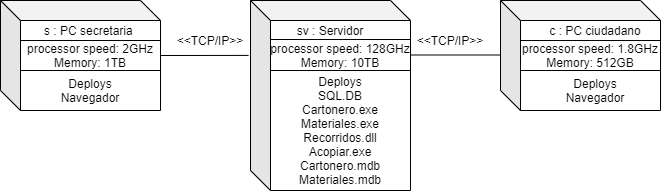
This is Sprint-2/Entrega/6_Diagramas/Diagrama_Deployment_G10.png from mateocostes/TPE-Metodologia-G10, a draw.io export, as it was before one commit. Source tidied: cells renumbered, new cells last; positions are measured from the earlier drawing's top-left corner, leaving out a move shared by most shapes. Its diagram source:
```xml
<mxGraphModel>
  <root>
    <mxCell id="0" />
    <mxCell id="1" parent="0" />
    <mxCell id="2" style="shape=cube;whiteSpace=wrap;html=1;boundedLbl=1;backgroundOutline=1;darkOpacity=0.05;darkOpacity2=0.1;" parent="1" vertex="1">
      <mxGeometry width="160" height="110" as="geometry" />
    </mxCell>
    <mxCell id="3" value="s : PC secretaria&amp;nbsp;" style="text;html=1;strokeColor=none;fillColor=none;align=center;verticalAlign=middle;whiteSpace=wrap;rounded=0;" parent="1" vertex="1">
      <mxGeometry x="30" y="20" width="120" height="20" as="geometry" />
    </mxCell>
    <mxCell id="4" style="shape=cube;whiteSpace=wrap;html=1;boundedLbl=1;backgroundOutline=1;darkOpacity=0.05;darkOpacity2=0.1;" parent="1" vertex="1">
      <mxGeometry x="250" width="160" height="190" as="geometry" />
    </mxCell>
    <mxCell id="5" value="sv : Servidor" style="text;html=1;strokeColor=none;fillColor=none;align=center;verticalAlign=middle;whiteSpace=wrap;rounded=0;" parent="1" vertex="1">
      <mxGeometry x="290" y="20" width="80" height="20" as="geometry" />
    </mxCell>
    <mxCell id="6" style="shape=cube;whiteSpace=wrap;html=1;boundedLbl=1;backgroundOutline=1;darkOpacity=0.05;darkOpacity2=0.1;" parent="1" vertex="1">
      <mxGeometry x="500" width="160" height="110" as="geometry" />
    </mxCell>
    <mxCell id="7" value="c : PC ciudadano" style="text;html=1;strokeColor=none;fillColor=none;align=center;verticalAlign=middle;whiteSpace=wrap;rounded=0;" parent="1" vertex="1">
      <mxGeometry x="540" y="20" width="110" height="20" as="geometry" />
    </mxCell>
    <mxCell id="8" style="endArrow=none;html=1;" parent="1" edge="1">
      <mxGeometry relative="1" as="geometry">
        <mxPoint x="20" y="40" as="sourcePoint" />
        <mxPoint x="160" y="40" as="targetPoint" />
      </mxGeometry>
    </mxCell>
    <mxCell id="9" style="endArrow=none;html=1;" parent="1" edge="1">
      <mxGeometry relative="1" as="geometry">
        <mxPoint x="270" y="39" as="sourcePoint" />
        <mxPoint x="410" y="39" as="targetPoint" />
      </mxGeometry>
    </mxCell>
    <mxCell id="10" style="endArrow=none;html=1;" parent="1" edge="1">
      <mxGeometry relative="1" as="geometry">
        <mxPoint x="520" y="40" as="sourcePoint" />
        <mxPoint x="660" y="40" as="targetPoint" />
      </mxGeometry>
    </mxCell>
    <mxCell id="11" style="endArrow=none;html=1;" parent="1" edge="1">
      <mxGeometry relative="1" as="geometry">
        <mxPoint x="20" y="70" as="sourcePoint" />
        <mxPoint x="160" y="70" as="targetPoint" />
      </mxGeometry>
    </mxCell>
    <mxCell id="12" style="endArrow=none;html=1;" parent="1" edge="1">
      <mxGeometry relative="1" as="geometry">
        <mxPoint x="270" y="70" as="sourcePoint" />
        <mxPoint x="410" y="70" as="targetPoint" />
      </mxGeometry>
    </mxCell>
    <mxCell id="13" style="endArrow=none;html=1;" parent="1" edge="1">
      <mxGeometry relative="1" as="geometry">
        <mxPoint x="520" y="70" as="sourcePoint" />
        <mxPoint x="660" y="70" as="targetPoint" />
      </mxGeometry>
    </mxCell>
    <mxCell id="14" value="processor speed: 2GHz&lt;br&gt;Memory: 1TB" style="text;html=1;strokeColor=none;fillColor=none;align=center;verticalAlign=middle;whiteSpace=wrap;rounded=0;" parent="1" vertex="1">
      <mxGeometry x="20" y="45" width="140" height="20" as="geometry" />
    </mxCell>
    <mxCell id="15" value="processor speed: 128GHz&lt;br&gt;Memory: 10TB" style="text;html=1;strokeColor=none;fillColor=none;align=center;verticalAlign=middle;whiteSpace=wrap;rounded=0;" parent="1" vertex="1">
      <mxGeometry x="260" y="45" width="160" height="20" as="geometry" />
    </mxCell>
    <mxCell id="16" value="processor speed: 1.8GHz&lt;br&gt;Memory: 512GB" style="text;html=1;strokeColor=none;fillColor=none;align=center;verticalAlign=middle;whiteSpace=wrap;rounded=0;" parent="1" vertex="1">
      <mxGeometry x="520" y="45" width="140" height="20" as="geometry" />
    </mxCell>
    <mxCell id="17" value="Deploys&lt;br&gt;SQL.DB&lt;br&gt;Cartonero.exe&lt;br&gt;Materiales.exe&lt;br&gt;Recorridos.dll&lt;br&gt;Acopiar.exe&lt;br&gt;Cartonero.mdb&lt;br&gt;Materiales.mdb" style="text;html=1;strokeColor=none;fillColor=none;align=center;verticalAlign=middle;whiteSpace=wrap;rounded=0;" parent="1" vertex="1">
      <mxGeometry x="280" y="70" width="120" height="120" as="geometry" />
    </mxCell>
    <mxCell id="18" value="Deploys&lt;br&gt;Navegador" style="text;html=1;strokeColor=none;fillColor=none;align=center;verticalAlign=middle;whiteSpace=wrap;rounded=0;" parent="1" vertex="1">
      <mxGeometry x="535" y="70" width="120" height="40" as="geometry" />
    </mxCell>
    <mxCell id="19" value="Deploys&lt;br&gt;Navegador" style="text;html=1;strokeColor=none;fillColor=none;align=center;verticalAlign=middle;whiteSpace=wrap;rounded=0;" parent="1" vertex="1">
      <mxGeometry x="30" y="70" width="120" height="40" as="geometry" />
    </mxCell>
    <mxCell id="20" style="endArrow=none;html=1;exitX=1;exitY=0.5;exitDx=0;exitDy=0;entryX=-0.012;entryY=0.289;entryDx=0;entryDy=0;entryPerimeter=0;" parent="1" edge="1" source="14" target="4">
      <mxGeometry relative="1" as="geometry" />
    </mxCell>
    <mxCell id="21" value="&amp;lt;&amp;lt;TCP/IP&amp;gt;&amp;gt;" style="text;html=1;strokeColor=none;fillColor=none;align=center;verticalAlign=middle;whiteSpace=wrap;rounded=0;" parent="1" vertex="1">
      <mxGeometry x="190" y="30" width="40" height="20" as="geometry" />
    </mxCell>
    <mxCell id="22" value="&amp;lt;&amp;lt;TCP/IP&amp;gt;&amp;gt;" style="text;html=1;strokeColor=none;fillColor=none;align=center;verticalAlign=middle;whiteSpace=wrap;rounded=0;" parent="1" vertex="1">
      <mxGeometry x="430" y="30" width="40" height="20" as="geometry" />
    </mxCell>
    <mxCell id="23" style="endArrow=none;html=1;exitX=1;exitY=0.5;exitDx=0;exitDy=0;" parent="1" edge="1">
      <mxGeometry relative="1" as="geometry">
        <mxPoint x="410" y="54.5" as="sourcePoint" />
        <mxPoint x="500" y="54.5" as="targetPoint" />
      </mxGeometry>
    </mxCell>
  </root>
</mxGraphModel>
```
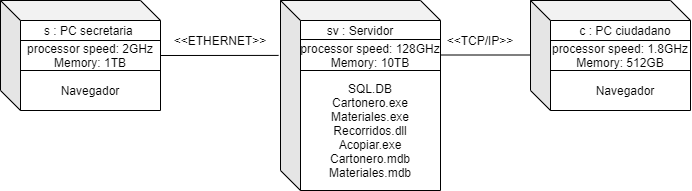
After the change.

Commit message:
Modificacion diagrama deployment

Change to the diagram source:
```diff
@@ -3,10 +3,10 @@
     <mxCell id="0" />
     <mxCell id="1" parent="0" />
     <mxCell id="2" style="shape=cube;whiteSpace=wrap;html=1;boundedLbl=1;backgroundOutline=1;darkOpacity=0.05;darkOpacity2=0.1;" parent="1" vertex="1">
-      <mxGeometry width="160" height="110" as="geometry" />
+      <mxGeometry x="-30" width="160" height="110" as="geometry" />
     </mxCell>
     <mxCell id="3" value="s : PC secretaria&amp;nbsp;" style="text;html=1;strokeColor=none;fillColor=none;align=center;verticalAlign=middle;whiteSpace=wrap;rounded=0;" parent="1" vertex="1">
-      <mxGeometry x="30" y="20" width="120" height="20" as="geometry" />
+      <mxGeometry y="20" width="120" height="20" as="geometry" />
     </mxCell>
     <mxCell id="4" style="shape=cube;whiteSpace=wrap;html=1;boundedLbl=1;backgroundOutline=1;darkOpacity=0.05;darkOpacity2=0.1;" parent="1" vertex="1">
       <mxGeometry x="250" width="160" height="190" as="geometry" />
@@ -22,8 +22,8 @@
     </mxCell>
     <mxCell id="8" style="endArrow=none;html=1;" parent="1" edge="1">
       <mxGeometry relative="1" as="geometry">
-        <mxPoint x="20" y="40" as="sourcePoint" />
-        <mxPoint x="160" y="40" as="targetPoint" />
+        <mxPoint x="-10" y="40" as="sourcePoint" />
+        <mxPoint x="130" y="40" as="targetPoint" />
       </mxGeometry>
     </mxCell>
     <mxCell id="9" style="endArrow=none;html=1;" parent="1" edge="1">
@@ -40,8 +40,8 @@
     </mxCell>
     <mxCell id="11" style="endArrow=none;html=1;" parent="1" edge="1">
       <mxGeometry relative="1" as="geometry">
-        <mxPoint x="20" y="70" as="sourcePoint" />
-        <mxPoint x="160" y="70" as="targetPoint" />
+        <mxPoint x="-10" y="70" as="sourcePoint" />
+        <mxPoint x="130" y="70" as="targetPoint" />
       </mxGeometry>
     </mxCell>
     <mxCell id="12" style="endArrow=none;html=1;" parent="1" edge="1">
@@ -57,7 +57,7 @@
       </mxGeometry>
     </mxCell>
     <mxCell id="14" value="processor speed: 2GHz&lt;br&gt;Memory: 1TB" style="text;html=1;strokeColor=none;fillColor=none;align=center;verticalAlign=middle;whiteSpace=wrap;rounded=0;" parent="1" vertex="1">
-      <mxGeometry x="20" y="45" width="140" height="20" as="geometry" />
+      <mxGeometry x="-10" y="45" width="140" height="20" as="geometry" />
     </mxCell>
     <mxCell id="15" value="processor speed: 128GHz&lt;br&gt;Memory: 10TB" style="text;html=1;strokeColor=none;fillColor=none;align=center;verticalAlign=middle;whiteSpace=wrap;rounded=0;" parent="1" vertex="1">
       <mxGeometry x="260" y="45" width="160" height="20" as="geometry" />
@@ -65,20 +65,20 @@
     <mxCell id="16" value="processor speed: 1.8GHz&lt;br&gt;Memory: 512GB" style="text;html=1;strokeColor=none;fillColor=none;align=center;verticalAlign=middle;whiteSpace=wrap;rounded=0;" parent="1" vertex="1">
       <mxGeometry x="520" y="45" width="140" height="20" as="geometry" />
     </mxCell>
-    <mxCell id="17" value="Deploys&lt;br&gt;SQL.DB&lt;br&gt;Cartonero.exe&lt;br&gt;Materiales.exe&lt;br&gt;Recorridos.dll&lt;br&gt;Acopiar.exe&lt;br&gt;Cartonero.mdb&lt;br&gt;Materiales.mdb" style="text;html=1;strokeColor=none;fillColor=none;align=center;verticalAlign=middle;whiteSpace=wrap;rounded=0;" parent="1" vertex="1">
+    <mxCell id="17" value="SQL.DB&lt;br&gt;Cartonero.exe&lt;br&gt;Materiales.exe&lt;br&gt;Recorridos.dll&lt;br&gt;Acopiar.exe&lt;br&gt;Cartonero.mdb&lt;br&gt;Materiales.mdb" style="text;html=1;strokeColor=none;fillColor=none;align=center;verticalAlign=middle;whiteSpace=wrap;rounded=0;" parent="1" vertex="1">
       <mxGeometry x="280" y="70" width="120" height="120" as="geometry" />
     </mxCell>
-    <mxCell id="18" value="Deploys&lt;br&gt;Navegador" style="text;html=1;strokeColor=none;fillColor=none;align=center;verticalAlign=middle;whiteSpace=wrap;rounded=0;" parent="1" vertex="1">
+    <mxCell id="18" value="Navegador" style="text;html=1;strokeColor=none;fillColor=none;align=center;verticalAlign=middle;whiteSpace=wrap;rounded=0;" parent="1" vertex="1">
       <mxGeometry x="535" y="70" width="120" height="40" as="geometry" />
     </mxCell>
-    <mxCell id="19" value="Deploys&lt;br&gt;Navegador" style="text;html=1;strokeColor=none;fillColor=none;align=center;verticalAlign=middle;whiteSpace=wrap;rounded=0;" parent="1" vertex="1">
-      <mxGeometry x="30" y="70" width="120" height="40" as="geometry" />
+    <mxCell id="19" value="Navegador" style="text;html=1;strokeColor=none;fillColor=none;align=center;verticalAlign=middle;whiteSpace=wrap;rounded=0;" parent="1" vertex="1">
+      <mxGeometry y="70" width="120" height="40" as="geometry" />
     </mxCell>
     <mxCell id="20" style="endArrow=none;html=1;exitX=1;exitY=0.5;exitDx=0;exitDy=0;entryX=-0.012;entryY=0.289;entryDx=0;entryDy=0;entryPerimeter=0;" parent="1" edge="1" source="14" target="4">
       <mxGeometry relative="1" as="geometry" />
     </mxCell>
-    <mxCell id="21" value="&amp;lt;&amp;lt;TCP/IP&amp;gt;&amp;gt;" style="text;html=1;strokeColor=none;fillColor=none;align=center;verticalAlign=middle;whiteSpace=wrap;rounded=0;" parent="1" vertex="1">
-      <mxGeometry x="190" y="30" width="40" height="20" as="geometry" />
+    <mxCell id="21" value="&amp;lt;&amp;lt;ETHERNET&amp;gt;&amp;gt;" style="text;html=1;strokeColor=none;fillColor=none;align=center;verticalAlign=middle;whiteSpace=wrap;rounded=0;" parent="1" vertex="1">
+      <mxGeometry x="170" y="30" width="40" height="20" as="geometry" />
     </mxCell>
     <mxCell id="22" value="&amp;lt;&amp;lt;TCP/IP&amp;gt;&amp;gt;" style="text;html=1;strokeColor=none;fillColor=none;align=center;verticalAlign=middle;whiteSpace=wrap;rounded=0;" parent="1" vertex="1">
       <mxGeometry x="430" y="30" width="40" height="20" as="geometry" />
```
